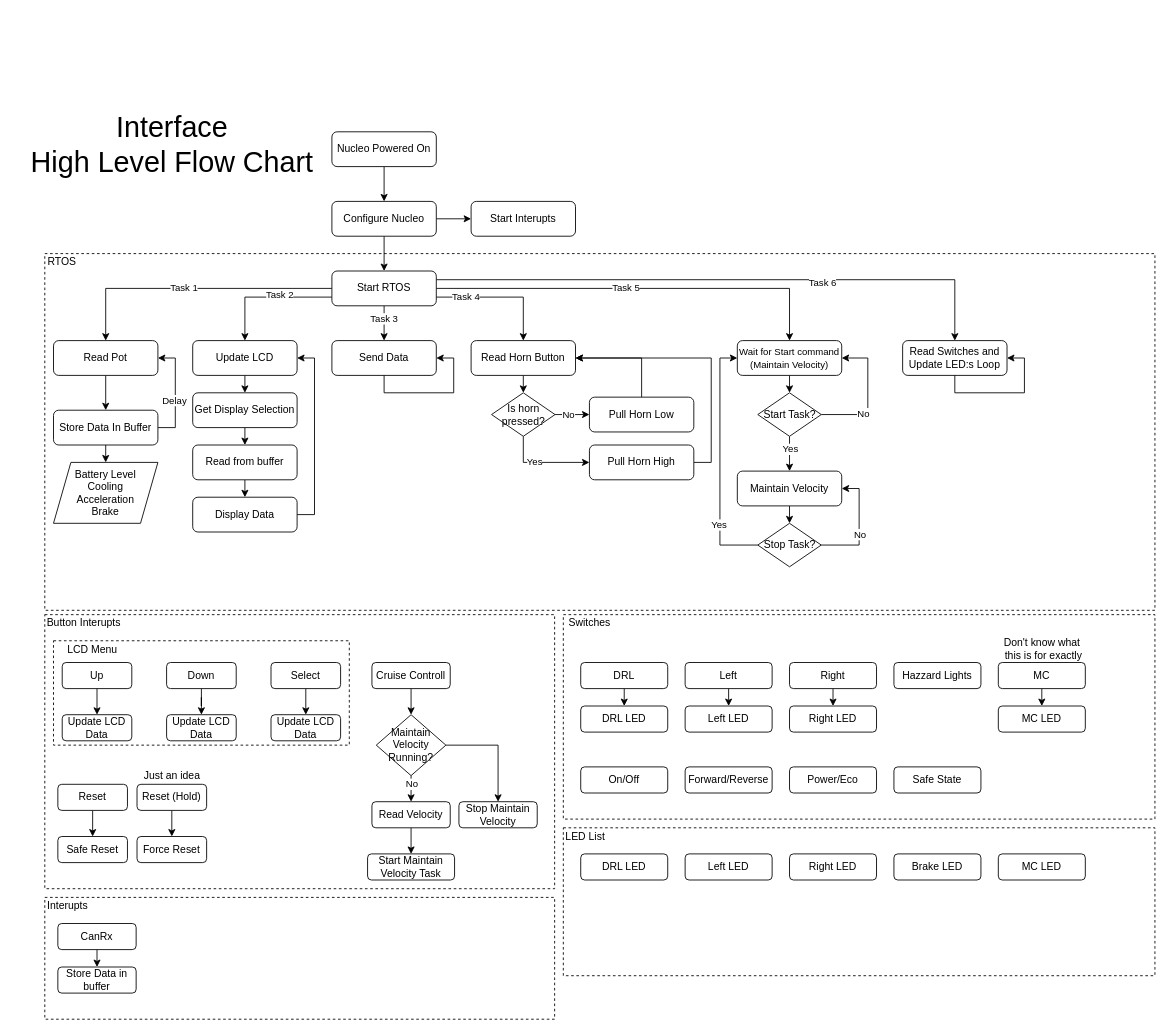
Before: page "Interface - High Level" (1 of 3) of Block diagrams/TestBenchFlowChart.drawio in Mojitas/MUST-Autonics, a draw.io diagram. Source tidied: cells renumbered, new cells numbered last; positions are measured from the earlier drawing's top-left corner, leaving out a move shared by most shapes. Both pictures are drawn from the tidied source at 87%, with x=0, y=0 at pixel (23, 123).
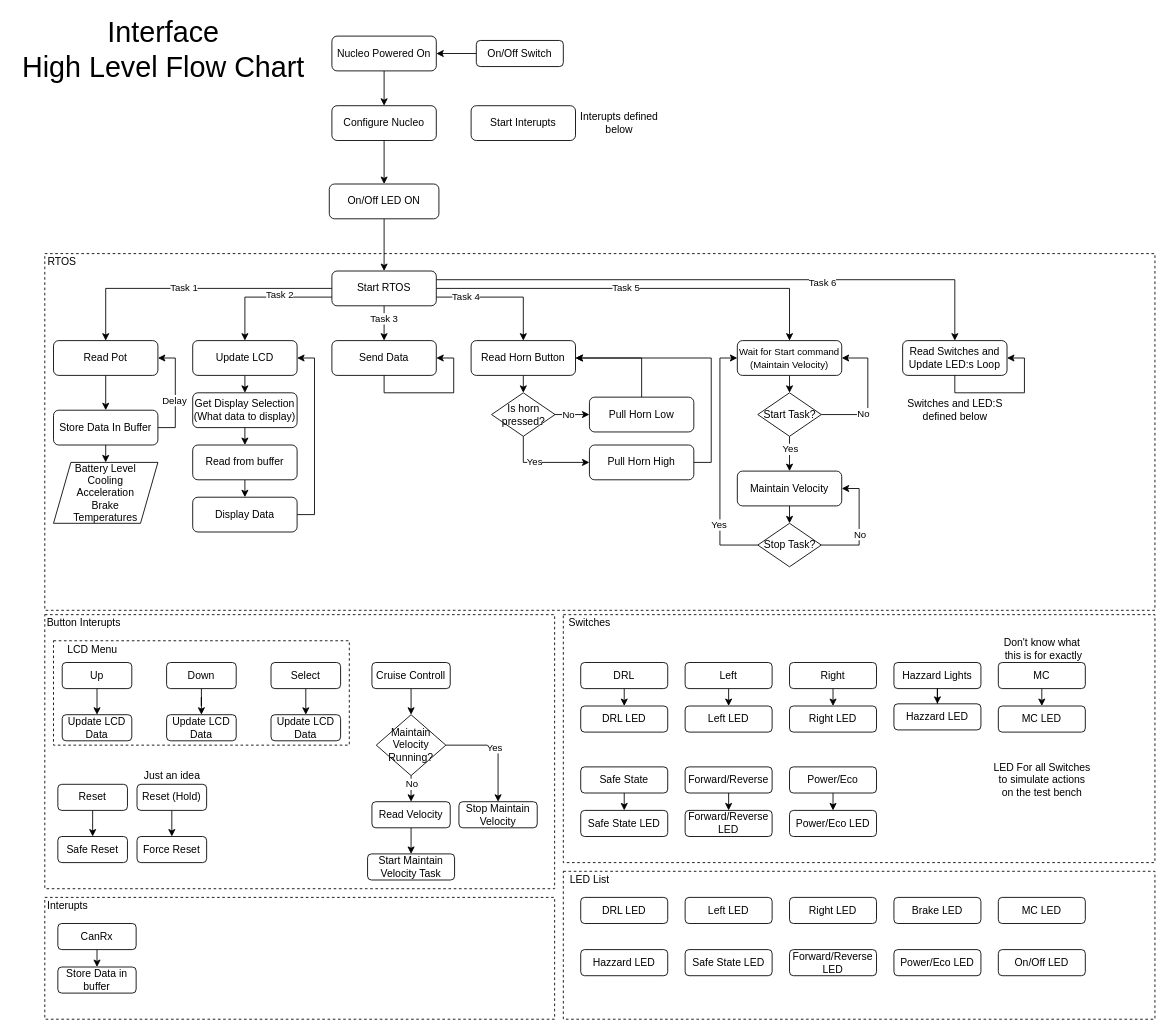
The same diagram, later.

The change refers to these unchanged cells:
```xml
<mxCell id="19" value="Start RTOS" style="rounded=1;whiteSpace=wrap;html=1;fontSize=12;glass=0;strokeWidth=1;shadow=0;" parent="1" vertex="1">
  <mxGeometry x="354" y="170" width="120" height="40" as="geometry" />
</mxCell>
<mxCell id="66" style="edgeStyle=orthogonalEdgeStyle;rounded=0;jettySize=auto;html=1;exitX=1;exitY=0.5;exitDx=0;exitDy=0;entryX=0.5;entryY=0;entryDx=0;entryDy=0;" parent="1" edge="1" source="67" target="68">
  <mxGeometry relative="1" as="geometry" />
</mxCell>
<mxCell id="90" value="Hazzard Lights" style="rounded=1;whiteSpace=wrap;html=1;fontSize=12;glass=0;strokeWidth=1;shadow=0;" parent="1" vertex="1">
  <mxGeometry x="1000" y="620" width="100" height="30" as="geometry" />
</mxCell>
<mxCell id="95" value="Forward/Reverse" style="rounded=1;whiteSpace=wrap;html=1;fontSize=12;glass=0;strokeWidth=1;shadow=0;" parent="1" vertex="1">
  <mxGeometry x="760" y="740" width="100" height="30" as="geometry" />
</mxCell>
<mxCell id="96" value="Power/Eco" style="rounded=1;whiteSpace=wrap;html=1;fontSize=12;glass=0;strokeWidth=1;shadow=0;" parent="1" vertex="1">
  <mxGeometry x="880" y="740" width="100" height="30" as="geometry" />
</mxCell>
```

Diff of the diagram source:
```diff
@@
     <mxCell id="3" value="Nucleo Powered On" style="rounded=1;whiteSpace=wrap;html=1;fontSize=12;glass=0;strokeWidth=1;shadow=0;" parent="1" vertex="1">
-      <mxGeometry x="354" y="10" width="120" height="40" as="geometry" />
+      <mxGeometry x="354" y="-100" width="120" height="40" as="geometry" />
     </mxCell>
-    <mxCell id="4" style="edgeStyle=orthogonalEdgeStyle;rounded=0;jettySize=auto;html=1;exitX=0.5;exitY=1;exitDx=0;exitDy=0;entryX=0.5;entryY=0;entryDx=0;entryDy=0;" parent="1" edge="1" source="6" target="19">
-      <mxGeometry relative="1" as="geometry" />
-    </mxCell>
-    <mxCell id="5" style="edgeStyle=orthogonalEdgeStyle;rounded=0;jettySize=auto;html=1;exitX=1;exitY=0.5;exitDx=0;exitDy=0;entryX=0;entryY=0.5;entryDx=0;entryDy=0;" parent="1" edge="1" source="6" target="34">
-      <mxGeometry relative="1" as="geometry" />
-    </mxCell>
+    <mxCell id="130" style="edgeStyle=orthogonalEdgeStyle;rounded=0;jettySize=auto;html=1;exitX=0.5;exitY=1;exitDx=0;exitDy=0;entryX=0.5;entryY=0;entryDx=0;entryDy=0;" parent="1" edge="1" source="6" target="150">
+      <mxGeometry relative="1" as="geometry" />
+    </mxCell>
     <mxCell id="6" value="Configure Nucleo" style="rounded=1;whiteSpace=wrap;html=1;fontSize=12;glass=0;strokeWidth=1;shadow=0;" parent="1" vertex="1">
-      <mxGeometry x="354" y="90" width="120" height="40" as="geometry" />
+      <mxGeometry x="354" y="-20" width="120" height="40" as="geometry" />
     </mxCell>
@@
     <mxCell id="34" value="Start Interupts" style="rounded=1;whiteSpace=wrap;html=1;fontSize=12;glass=0;strokeWidth=1;shadow=0;" parent="1" vertex="1">
-      <mxGeometry x="514" y="90" width="120" height="40" as="geometry" />
+      <mxGeometry x="514" y="-20" width="120" height="40" as="geometry" />
     </mxCell>
@@
+    <mxCell id="131" value="Yes" style="edgeLabel;html=1;align=center;verticalAlign=middle;" parent="66" vertex="1">
+      <mxGeometry x="-0.12" y="-2" relative="1" as="geometry" />
+    </mxCell>
@@
     <mxCell id="81" style="rounded=0;whiteSpace=wrap;html=1;fillColor=none;dashed=1;" parent="1" vertex="1">
-      <mxGeometry x="620" y="565" width="680" height="235" as="geometry" />
+      <mxGeometry x="620" y="565" width="680" height="285" as="geometry" />
     </mxCell>
@@
+    <mxCell id="132" style="edgeStyle=orthogonalEdgeStyle;rounded=0;jettySize=auto;html=1;exitX=0.5;exitY=1;exitDx=0;exitDy=0;" parent="1" edge="1" source="90" target="137">
+      <mxGeometry relative="1" as="geometry" />
+    </mxCell>
@@
+    <mxCell id="133" style="edgeStyle=orthogonalEdgeStyle;rounded=0;jettySize=auto;html=1;exitX=0.5;exitY=1;exitDx=0;exitDy=0;entryX=0.5;entryY=0;entryDx=0;entryDy=0;" parent="1" edge="1" source="93" target="141">
+      <mxGeometry relative="1" as="geometry" />
+    </mxCell>
     <mxCell id="93" value="Safe State" style="rounded=1;whiteSpace=wrap;html=1;fontSize=12;glass=0;strokeWidth=1;shadow=0;" parent="1" vertex="1">
-      <mxGeometry x="1000" y="740" width="100" height="30" as="geometry" />
+      <mxGeometry x="640" y="740" width="100" height="30" as="geometry" />
     </mxCell>
+    <mxCell id="134" style="edgeStyle=orthogonalEdgeStyle;rounded=0;jettySize=auto;html=1;exitX=0;exitY=0.5;exitDx=0;exitDy=0;entryX=1;entryY=0.5;entryDx=0;entryDy=0;" parent="1" edge="1" source="94" target="3">
+      <mxGeometry relative="1" as="geometry" />
+    </mxCell>
-    <mxCell id="94" value="On/Off" style="rounded=1;whiteSpace=wrap;html=1;fontSize=12;glass=0;strokeWidth=1;shadow=0;" parent="1" vertex="1">
-      <mxGeometry x="640" y="740" width="100" height="30" as="geometry" />
+    <mxCell id="94" value="On/Off Switch" style="rounded=1;whiteSpace=wrap;html=1;fontSize=12;glass=0;strokeWidth=1;shadow=0;" parent="1" vertex="1">
+      <mxGeometry x="520" y="-95" width="100" height="30" as="geometry" />
     </mxCell>
+    <mxCell id="135" style="edgeStyle=orthogonalEdgeStyle;rounded=0;jettySize=auto;html=1;exitX=0.5;exitY=1;exitDx=0;exitDy=0;entryX=0.5;entryY=0;entryDx=0;entryDy=0;" parent="1" edge="1" source="95" target="142">
+      <mxGeometry relative="1" as="geometry" />
+    </mxCell>
@@
+    <mxCell id="136" style="edgeStyle=orthogonalEdgeStyle;rounded=0;jettySize=auto;html=1;exitX=0.5;exitY=1;exitDx=0;exitDy=0;entryX=0.5;entryY=0;entryDx=0;entryDy=0;" parent="1" edge="1" source="96" target="143">
+      <mxGeometry relative="1" as="geometry" />
+    </mxCell>
@@
-    <mxCell id="104" value="Battery Level&lt;br&gt;Cooling&lt;br&gt;Acceleration&lt;br&gt;Brake" style="shape=parallelogram;perimeter=parallelogramPerimeter;whiteSpace=wrap;html=1;fixedSize=1;" parent="1" vertex="1">
+    <mxCell id="104" value="Battery Level&lt;br&gt;Cooling&lt;br&gt;Acceleration&lt;br&gt;Brake&lt;br&gt;Temperatures" style="shape=parallelogram;perimeter=parallelogramPerimeter;whiteSpace=wrap;html=1;fixedSize=1;" parent="1" vertex="1">
       <mxGeometry x="34" y="390" width="120" height="70" as="geometry" />
     </mxCell>
@@
-    <mxCell id="106" value="Get Display Selection" style="rounded=1;whiteSpace=wrap;html=1;fontSize=12;glass=0;strokeWidth=1;shadow=0;" parent="1" vertex="1">
+    <mxCell id="106" value="Get Display Selection&lt;br&gt;(What data to display)" style="rounded=1;whiteSpace=wrap;html=1;fontSize=12;glass=0;strokeWidth=1;shadow=0;" parent="1" vertex="1">
       <mxGeometry x="194" y="310" width="120" height="40" as="geometry" />
     </mxCell>
@@
     <mxCell id="112" style="rounded=0;whiteSpace=wrap;html=1;fillColor=none;dashed=1;" parent="1" vertex="1">
-      <mxGeometry x="620" y="810" width="680" height="170" as="geometry" />
+      <mxGeometry x="620" y="860" width="680" height="170" as="geometry" />
     </mxCell>
     <mxCell id="113" value="LED List" style="text;html=1;align=center;verticalAlign=middle;" parent="1" vertex="1">
-      <mxGeometry x="615" y="810" width="60" height="20" as="geometry" />
+      <mxGeometry x="620" y="860" width="60" height="20" as="geometry" />
     </mxCell>
     <mxCell id="114" value="DRL LED" style="rounded=1;whiteSpace=wrap;html=1;fontSize=12;glass=0;strokeWidth=1;shadow=0;" parent="1" vertex="1">
-      <mxGeometry x="640" y="840" width="100" height="30" as="geometry" />
+      <mxGeometry x="640" y="890" width="100" height="30" as="geometry" />
     </mxCell>
@@
     <mxCell id="117" value="Left LED" style="rounded=1;whiteSpace=wrap;html=1;fontSize=12;glass=0;strokeWidth=1;shadow=0;" parent="1" vertex="1">
-      <mxGeometry x="760" y="840" width="100" height="30" as="geometry" />
+      <mxGeometry x="760" y="890" width="100" height="30" as="geometry" />
     </mxCell>
     <mxCell id="118" value="Right LED" style="rounded=1;whiteSpace=wrap;html=1;fontSize=12;glass=0;strokeWidth=1;shadow=0;" parent="1" vertex="1">
-      <mxGeometry x="880" y="840" width="100" height="30" as="geometry" />
+      <mxGeometry x="880" y="890" width="100" height="30" as="geometry" />
     </mxCell>
@@
     <mxCell id="121" value="Brake LED" style="rounded=1;whiteSpace=wrap;html=1;fontSize=12;glass=0;strokeWidth=1;shadow=0;" parent="1" vertex="1">
-      <mxGeometry x="1000" y="840" width="100" height="30" as="geometry" />
+      <mxGeometry x="1000" y="890" width="100" height="30" as="geometry" />
     </mxCell>
     <mxCell id="122" value="MC LED" style="rounded=1;whiteSpace=wrap;html=1;fontSize=12;glass=0;strokeWidth=1;shadow=0;" parent="1" vertex="1">
-      <mxGeometry x="1120" y="840" width="100" height="30" as="geometry" />
+      <mxGeometry x="1120" y="890" width="100" height="30" as="geometry" />
     </mxCell>
@@
     <mxCell id="124" value="&lt;font style=&quot;font-size: 33px&quot;&gt;Interface &lt;br&gt;High Level Flow Chart&lt;br&gt;&lt;/font&gt;" style="text;html=1;align=center;verticalAlign=middle;" parent="1" vertex="1">
-      <mxGeometry width="340" height="50" as="geometry" />
+      <mxGeometry x="-10" y="-110" width="340" height="50" as="geometry" />
     </mxCell>
@@
+    <mxCell id="137" value="Hazzard LED" style="rounded=1;whiteSpace=wrap;html=1;fontSize=12;glass=0;strokeWidth=1;shadow=0;" parent="1" vertex="1">
+      <mxGeometry x="1000" y="667.5" width="100" height="30" as="geometry" />
+    </mxCell>
+    <mxCell id="138" value="Switches and LED:S&lt;br&gt;defined below" style="text;html=1;align=center;verticalAlign=middle;" parent="1" vertex="1">
+      <mxGeometry x="1010" y="315" width="120" height="30" as="geometry" />
+    </mxCell>
+    <mxCell id="139" value="Interupts defined&lt;br&gt;below" style="text;html=1;align=center;verticalAlign=middle;" parent="1" vertex="1">
+      <mxGeometry x="634" y="-15" width="100" height="30" as="geometry" />
+    </mxCell>
+    <mxCell id="140" value="Hazzard LED" style="rounded=1;whiteSpace=wrap;html=1;fontSize=12;glass=0;strokeWidth=1;shadow=0;" parent="1" vertex="1">
+      <mxGeometry x="640" y="950" width="100" height="30" as="geometry" />
+    </mxCell>
+    <mxCell id="141" value="Safe State LED" style="rounded=1;whiteSpace=wrap;html=1;fontSize=12;glass=0;strokeWidth=1;shadow=0;" parent="1" vertex="1">
+      <mxGeometry x="640" y="790" width="100" height="30" as="geometry" />
+    </mxCell>
+    <mxCell id="142" value="Forward/Reverse LED" style="rounded=1;whiteSpace=wrap;html=1;fontSize=12;glass=0;strokeWidth=1;shadow=0;" parent="1" vertex="1">
+      <mxGeometry x="760" y="790" width="100" height="30" as="geometry" />
+    </mxCell>
+    <mxCell id="143" value="Power/Eco LED" style="rounded=1;whiteSpace=wrap;html=1;fontSize=12;glass=0;strokeWidth=1;shadow=0;" parent="1" vertex="1">
+      <mxGeometry x="880" y="790" width="100" height="30" as="geometry" />
+    </mxCell>
+    <mxCell id="144" value="Safe State LED" style="rounded=1;whiteSpace=wrap;html=1;fontSize=12;glass=0;strokeWidth=1;shadow=0;" parent="1" vertex="1">
+      <mxGeometry x="760" y="950" width="100" height="30" as="geometry" />
+    </mxCell>
+    <mxCell id="145" value="Forward/Reverse LED" style="rounded=1;whiteSpace=wrap;html=1;fontSize=12;glass=0;strokeWidth=1;shadow=0;" parent="1" vertex="1">
+      <mxGeometry x="880" y="950" width="100" height="30" as="geometry" />
+    </mxCell>
+    <mxCell id="146" value="Power/Eco LED" style="rounded=1;whiteSpace=wrap;html=1;fontSize=12;glass=0;strokeWidth=1;shadow=0;" parent="1" vertex="1">
+      <mxGeometry x="1000" y="950" width="100" height="30" as="geometry" />
+    </mxCell>
+    <mxCell id="147" value="LED For all Switches&lt;br&gt;to simulate actions&lt;br&gt;on the test bench" style="text;html=1;align=center;verticalAlign=middle;" parent="1" vertex="1">
+      <mxGeometry x="1105" y="730" width="130" height="50" as="geometry" />
+    </mxCell>
+    <mxCell id="148" value="On/Off LED" style="rounded=1;whiteSpace=wrap;html=1;fontSize=12;glass=0;strokeWidth=1;shadow=0;" parent="1" vertex="1">
+      <mxGeometry x="1120" y="950" width="100" height="30" as="geometry" />
+    </mxCell>
+    <mxCell id="149" style="edgeStyle=orthogonalEdgeStyle;rounded=0;jettySize=auto;html=1;exitX=0.5;exitY=1;exitDx=0;exitDy=0;entryX=0.5;entryY=0;entryDx=0;entryDy=0;" parent="1" edge="1" source="150" target="19">
+      <mxGeometry relative="1" as="geometry" />
+    </mxCell>
+    <mxCell id="150" value="On/Off LED ON" style="rounded=1;whiteSpace=wrap;html=1;fontSize=12;glass=0;strokeWidth=1;shadow=0;" parent="1" vertex="1">
+      <mxGeometry x="351" y="70" width="126" height="40" as="geometry" />
+    </mxCell>
```
